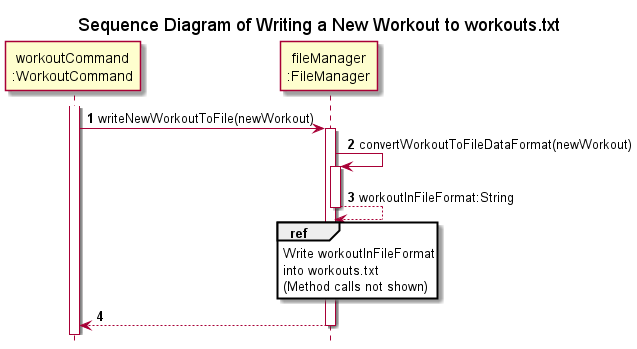
Above: docs/uml/sequenceDiagrams/storage/images/writeNewLineOfData.png in nus-cs2113-AY2122S2/tp (PlantUML), before the change.
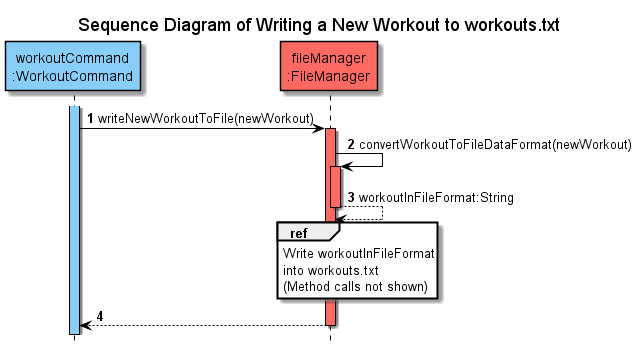
Above is the later version.

The edit, as a diff of the source:
```diff
@@ -6,14 +6,14 @@
 
 autonumber
 
-participant "workoutCommand\n:WorkoutCommand" as WorkoutCommand
-participant "fileManager\n:FileManager" as FileManager
+participant "workoutCommand\n:WorkoutCommand" as WorkoutCommand COLOR_LOGIC
+participant "fileManager\n:FileManager" as FileManager COLOR_STORAGE
 
-activate WorkoutCommand
+activate WorkoutCommand COLOR_LOGIC
 WorkoutCommand -> FileManager : writeNewWorkoutToFile(newWorkout)
-activate FileManager
+activate FileManager COLOR_STORAGE
 FileManager -> FileManager : convertWorkoutToFileDataFormat(newWorkout)
-activate FileManager
+activate FileManager COLOR_STORAGE
 return workoutInFileFormat:String
 
 ref over FileManager
```
